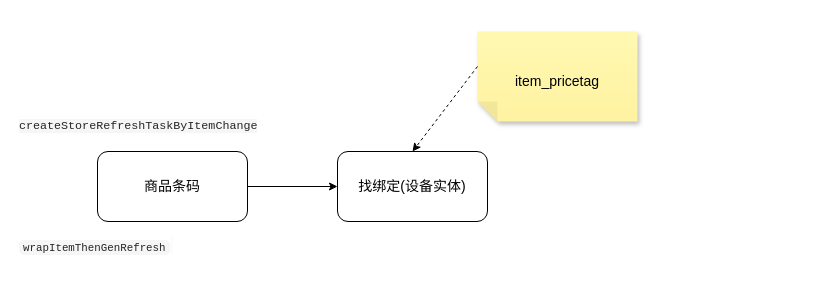
Above: template-old.drawio in xuxu8511/draw.io (draw.io), before the change. Source tidied: cells renumbered, new cells numbered last; positions are measured from the earlier drawing's top-left corner, leaving out a move shared by most shapes. Both pictures are drawn from the tidied source at 100%, with x=0, y=0 at pixel (17, 31).
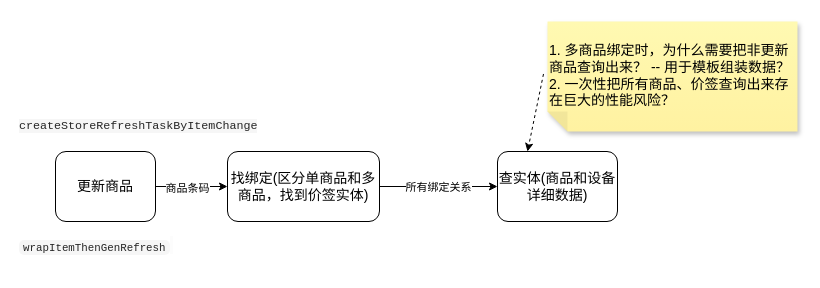
After the change.

What changed in the source:
```diff
@@
 <mxGraphModel>
   <root>
     <mxCell id="0" />
     <mxCell id="1" parent="0" />
-    <mxCell id="2" value="&lt;span style=&quot;font-size: 14px;&quot;&gt;商品条码&lt;/span&gt;" style="rounded=1;whiteSpace=wrap;html=1;" parent="1" vertex="1">
-      <mxGeometry x="80" y="120" width="150" height="70" as="geometry" />
+    <mxCell id="2" value="&lt;span style=&quot;font-size: 14px;&quot;&gt;更新商品&lt;/span&gt;" style="rounded=1;whiteSpace=wrap;html=1;" parent="1" vertex="1">
+      <mxGeometry x="38" y="120" width="100" height="70" as="geometry" />
     </mxCell>
-    <mxCell id="3" value="&lt;span style=&quot;font-size: 14px;&quot;&gt;找绑定(设备实体)&lt;/span&gt;" style="rounded=1;whiteSpace=wrap;html=1;" parent="1" vertex="1">
-      <mxGeometry x="320" y="120" width="150" height="70" as="geometry" />
+    <mxCell id="3" value="&lt;span style=&quot;font-size: 14px;&quot;&gt;找绑定(区分单商品和多商品，找到价签实体)&lt;/span&gt;" style="rounded=1;whiteSpace=wrap;html=1;" parent="1" vertex="1">
+      <mxGeometry x="210" y="120" width="152" height="70" as="geometry" />
     </mxCell>
     <mxCell id="4" value="&lt;span style=&quot;color: rgba(20, 20, 20, 0.92); font-family: Consolas, &amp;quot;Courier New&amp;quot;, monospace; font-size: 11.7px; font-style: normal; font-variant-ligatures: normal; font-variant-caps: normal; font-weight: 400; letter-spacing: normal; orphans: 2; text-align: start; text-indent: 0px; text-transform: none; widows: 2; word-spacing: 0px; -webkit-text-stroke-width: 0px; white-space: normal; background-color: color(srgb 0.0784314 0.0784314 0.0784314 / 0.0368628); text-decoration-thickness: initial; text-decoration-style: initial; text-decoration-color: initial; display: inline !important; float: none;&quot;&gt;createStoreRefreshTaskByItemChange&lt;/span&gt;" style="text;whiteSpace=wrap;html=1;" parent="1" vertex="1">
       <mxGeometry y="80" width="250" height="40" as="geometry" />
     </mxCell>
     <mxCell id="5" value="&lt;code class=&quot;md-inline-variable-like&quot; style=&quot;padding: 1.5px 4px; border-radius: 5px; background-color: color(srgb 0.0784314 0.0784314 0.0784314 / 0.0368628); color: rgba(20, 20, 20, 0.92); font-family: Consolas, &amp;quot;Courier New&amp;quot;, monospace; font-size: 0.9em; line-height: 1.4; word-break: break-all; font-style: normal; font-variant-ligatures: normal; font-variant-caps: normal; font-weight: 400; letter-spacing: normal; orphans: 2; text-align: start; text-indent: 0px; text-transform: none; widows: 2; word-spacing: 0px; -webkit-text-stroke-width: 0px; white-space: normal; text-decoration-thickness: initial; text-decoration-style: initial; text-decoration-color: initial;&quot;&gt;wrapItemThenGenRefresh&lt;/code&gt;&lt;span style=&quot;color: rgba(20, 20, 20, 0.92); font-family: &amp;quot;Segoe WPC&amp;quot;, &amp;quot;Segoe UI&amp;quot;, sans-serif; font-size: 13px; font-style: normal; font-variant-ligatures: normal; font-variant-caps: normal; font-weight: 400; letter-spacing: normal; orphans: 2; text-align: start; text-indent: 0px; text-transform: none; widows: 2; word-spacing: 0px; -webkit-text-stroke-width: 0px; white-space: normal; background-color: rgb(252, 252, 252); text-decoration-thickness: initial; text-decoration-style: initial; text-decoration-color: initial; display: inline !important; float: none;&quot;&gt;&lt;span&gt;&amp;nbsp;&lt;/span&gt;&lt;/span&gt;" style="text;whiteSpace=wrap;html=1;" parent="1" vertex="1">
       <mxGeometry y="200" width="180" height="40" as="geometry" />
     </mxCell>
     <mxCell id="6" style="endArrow=classic;html=1;rounded=0;exitX=1;exitY=0.5;exitDx=0;exitDy=0;entryX=0;entryY=0.5;entryDx=0;entryDy=0;" parent="1" edge="1" source="2" target="3">
       <mxGeometry relative="1" as="geometry" />
     </mxCell>
-    <mxCell id="7" value="&lt;font style=&quot;font-size: 14px;&quot;&gt;item_pricetag&lt;/font&gt;" style="shape=note;whiteSpace=wrap;html=1;backgroundOutline=1;autosizeText=0;fontColor=#000000;darkOpacity=0.05;fillColor=#FFF9B2;strokeColor=none;fillStyle=solid;fontSize=25;direction=west;gradientDirection=north;gradientColor=#FFF2A1;shadow=1;size=20;rotation=0;" parent="1" vertex="1">
-      <mxGeometry x="460" width="160" height="90" as="geometry" />
-    </mxCell>
-    <mxCell id="8" style="endArrow=classic;html=1;rounded=0;exitX=0;exitY=0;exitDx=160;exitDy=55;exitPerimeter=0;entryX=0.5;entryY=0;entryDx=0;entryDy=0;dashed=1;" parent="1" edge="1" source="7" target="3">
-      <mxGeometry relative="1" as="geometry" />
-    </mxCell>
+    <mxCell id="9" value="商品条码" style="edgeLabel;html=1;align=center;verticalAlign=middle;" parent="6" vertex="1">
+      <mxGeometry x="-0.15" y="-1" relative="1" as="geometry" />
+    </mxCell>
+    <mxCell id="10" value="&lt;span style=&quot;font-size: 14px;&quot;&gt;查实体(商品和设备详细数据)&lt;/span&gt;" style="rounded=1;whiteSpace=wrap;html=1;" parent="1" vertex="1">
+      <mxGeometry x="480" y="120" width="120" height="70" as="geometry" />
+    </mxCell>
+    <mxCell id="11" style="endArrow=classic;html=1;rounded=0;exitX=1;exitY=0.5;exitDx=0;exitDy=0;entryX=0;entryY=0.5;entryDx=0;entryDy=0;" parent="1" edge="1" source="3" target="10">
+      <mxGeometry relative="1" as="geometry" />
+    </mxCell>
+    <mxCell id="12" value="所有绑定关系" style="edgeLabel;html=1;align=center;verticalAlign=middle;" parent="11" vertex="1">
+      <mxGeometry x="-0.25" y="-1" relative="1" as="geometry">
+        <mxPoint x="14" y="-1" as="offset" />
+      </mxGeometry>
+    </mxCell>
+    <mxCell id="13" value="&lt;p&gt;&lt;font style=&quot;line-height: 80%;&quot;&gt;1. 多商品绑定时，为什么需要把非更新商品查询出来？ -- 用于模板组装数据？&lt;br&gt;2. 一次性把所有商品、价签查询出来存在巨大的性能风险？&lt;/font&gt;&lt;/p&gt;" style="shape=note;whiteSpace=wrap;html=1;backgroundOutline=1;autosizeText=0;fontColor=#000000;darkOpacity=0.05;fillColor=#FFF9B2;strokeColor=none;fillStyle=solid;fontSize=14;direction=west;gradientDirection=north;gradientColor=#FFF2A1;shadow=1;size=20;rotation=0;align=left;verticalAlign=top;" parent="1" vertex="1">
+      <mxGeometry x="530" y="-10" width="250" height="110" as="geometry" />
+    </mxCell>
+    <mxCell id="14" style="endArrow=classic;html=1;rounded=0;exitX=1.016;exitY=0.523;exitDx=0;exitDy=0;exitPerimeter=0;entryX=0.25;entryY=0;entryDx=0;entryDy=0;dashed=1;" parent="1" edge="1" source="13" target="10">
+      <mxGeometry relative="1" as="geometry" />
+    </mxCell>
   </root>
 </mxGraphModel>
```
